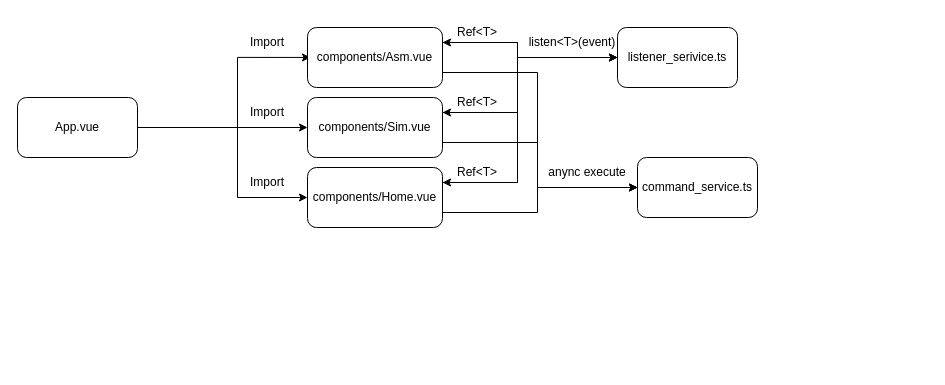
Above: doc/fe.drawio in Lazox12/avr-simulator-rs (draw.io), before the change. Source tidied: cells renumbered, new cells numbered last; positions are measured from the earlier drawing's top-left corner, leaving out a move shared by most shapes. Both pictures are drawn from the tidied source at 100%, with x=0, y=0 at pixel (17, 17).
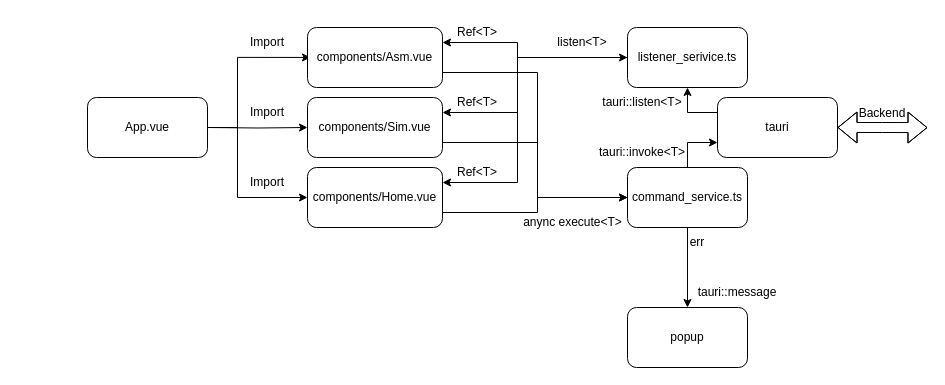
Above is the later version.

The change refers to these unchanged cells:
```xml
<mxCell id="8" value="components/Sim.vue" style="rounded=1;whiteSpace=wrap;html=1;" parent="1" vertex="1">
  <mxGeometry x="290" y="80" width="135" height="60" as="geometry" />
</mxCell>
<mxCell id="11" value="components/Home.vue" style="rounded=1;whiteSpace=wrap;html=1;" parent="1" vertex="1">
  <mxGeometry x="290" y="150" width="135" height="60" as="geometry" />
</mxCell>
<mxCell id="14" value="components/Asm.vue" style="rounded=1;whiteSpace=wrap;html=1;" parent="1" vertex="1">
  <mxGeometry x="290" y="10" width="135" height="60" as="geometry" />
</mxCell>
```

What changed in the source:
```diff
@@
     <mxCell id="2" style="edgeStyle=orthogonalEdgeStyle;rounded=0;jettySize=auto;html=1;entryX=0.022;entryY=0.499;entryDx=0;entryDy=0;entryPerimeter=0;" parent="1" edge="1" target="14">
       <mxGeometry relative="1" as="geometry">
-        <mxPoint x="110" y="110" as="sourcePoint" />
+        <mxPoint x="130" y="110" as="sourcePoint" />
         <Array as="points">
           <mxPoint x="220" y="110" />
           <mxPoint x="220" y="40" />
         </Array>
       </mxGeometry>
     </mxCell>
-    <mxCell id="3" style="edgeStyle=orthogonalEdgeStyle;rounded=0;jettySize=auto;html=1;" parent="1" edge="1" source="5" target="8">
-      <mxGeometry relative="1" as="geometry" />
+    <mxCell id="3" style="edgeStyle=orthogonalEdgeStyle;rounded=0;jettySize=auto;html=1;" parent="1" edge="1" target="8">
+      <mxGeometry relative="1" as="geometry">
+        <mxPoint x="190" y="110" as="sourcePoint" />
+      </mxGeometry>
     </mxCell>
-    <mxCell id="4" style="edgeStyle=orthogonalEdgeStyle;rounded=0;jettySize=auto;html=1;entryX=0;entryY=0.5;entryDx=0;entryDy=0;" parent="1" edge="1" source="5" target="11">
+    <mxCell id="4" style="edgeStyle=orthogonalEdgeStyle;rounded=0;jettySize=auto;html=1;entryX=0;entryY=0.5;entryDx=0;entryDy=0;" parent="1" edge="1" target="11">
       <mxGeometry relative="1" as="geometry">
+        <mxPoint x="190" y="110" as="sourcePoint" />
         <Array as="points">
           <mxPoint x="220" y="110" />
           <mxPoint x="220" y="180" />
         </Array>
       </mxGeometry>
     </mxCell>
     <mxCell id="5" value="App.vue" style="rounded=1;whiteSpace=wrap;html=1;" parent="1" vertex="1">
-      <mxGeometry y="80" width="120" height="60" as="geometry" />
+      <mxGeometry x="70" y="80" width="120" height="60" as="geometry" />
     </mxCell>
-    <mxCell id="6" style="edgeStyle=orthogonalEdgeStyle;rounded=0;jettySize=auto;html=1;exitX=1;exitY=0.25;exitDx=0;exitDy=0;" parent="1" edge="1" source="8" target="19">
+    <mxCell id="6" style="edgeStyle=orthogonalEdgeStyle;rounded=0;jettySize=auto;html=1;exitX=1;exitY=0.25;exitDx=0;exitDy=0;startArrow=classic;startFill=1;" parent="1" edge="1" source="8">
       <mxGeometry relative="1" as="geometry">
+        <mxPoint x="620" y="40" as="targetPoint" />
         <Array as="points">
           <mxPoint x="500" y="95" />
           <mxPoint x="500" y="40" />
         </Array>
       </mxGeometry>
     </mxCell>
-    <mxCell id="7" style="edgeStyle=orthogonalEdgeStyle;rounded=0;jettySize=auto;html=1;exitX=1;exitY=0.75;exitDx=0;exitDy=0;entryX=0;entryY=0.5;entryDx=0;entryDy=0;" parent="1" edge="1" source="8" target="20">
-      <mxGeometry relative="1" as="geometry">
-        <Array as="points">
-          <mxPoint x="520" y="125" />
-          <mxPoint x="520" y="170" />
-        </Array>
-      </mxGeometry>
-    </mxCell>
+    <mxCell id="28" style="edgeStyle=orthogonalEdgeStyle;rounded=0;jettySize=auto;html=1;exitX=1;exitY=0.75;exitDx=0;exitDy=0;" parent="1" edge="1" source="8">
+      <mxGeometry relative="1" as="geometry">
+        <mxPoint x="620" y="180" as="targetPoint" />
+        <Array as="points">
+          <mxPoint x="520" y="125" />
+          <mxPoint x="520" y="180" />
+        </Array>
+      </mxGeometry>
+    </mxCell>
@@
+    <mxCell id="10" style="edgeStyle=orthogonalEdgeStyle;rounded=0;jettySize=auto;html=1;exitX=1;exitY=0.25;exitDx=0;exitDy=0;entryX=0;entryY=0.5;entryDx=0;entryDy=0;startArrow=classic;startFill=1;" parent="1" edge="1" source="11">
+      <mxGeometry relative="1" as="geometry">
+        <mxPoint x="620" y="40" as="targetPoint" />
+        <Array as="points">
+          <mxPoint x="500" y="165" />
+          <mxPoint x="500" y="40" />
+        </Array>
+      </mxGeometry>
+    </mxCell>
-    <mxCell id="9" style="edgeStyle=orthogonalEdgeStyle;rounded=0;jettySize=auto;html=1;exitX=1;exitY=0.75;exitDx=0;exitDy=0;" parent="1" edge="1" source="11" target="20">
+    <mxCell id="9" style="edgeStyle=orthogonalEdgeStyle;rounded=0;jettySize=auto;html=1;exitX=1;exitY=0.75;exitDx=0;exitDy=0;entryX=0;entryY=0.5;entryDx=0;entryDy=0;" parent="1" edge="1" source="11" target="20">
       <mxGeometry relative="1" as="geometry">
         <Array as="points">
           <mxPoint x="520" y="195" />
-          <mxPoint x="520" y="170" />
+          <mxPoint x="520" y="180" />
         </Array>
       </mxGeometry>
     </mxCell>
-    <mxCell id="10" style="edgeStyle=orthogonalEdgeStyle;rounded=0;jettySize=auto;html=1;exitX=1;exitY=0.25;exitDx=0;exitDy=0;entryX=0;entryY=0.5;entryDx=0;entryDy=0;" parent="1" edge="1" source="11" target="19">
-      <mxGeometry relative="1" as="geometry">
-        <Array as="points">
-          <mxPoint x="500" y="165" />
-          <mxPoint x="500" y="40" />
-        </Array>
-      </mxGeometry>
-    </mxCell>
@@
-    <mxCell id="12" style="edgeStyle=orthogonalEdgeStyle;rounded=0;jettySize=auto;html=1;exitX=1;exitY=0.25;exitDx=0;exitDy=0;" parent="1" edge="1" source="14" target="19">
+    <mxCell id="12" style="edgeStyle=orthogonalEdgeStyle;rounded=0;jettySize=auto;html=1;exitX=1;exitY=0.25;exitDx=0;exitDy=0;startArrow=classic;startFill=1;entryX=0;entryY=0.5;entryDx=0;entryDy=0;" parent="1" edge="1" source="14" target="19">
       <mxGeometry relative="1" as="geometry">
         <Array as="points">
           <mxPoint x="500" y="25" />
           <mxPoint x="500" y="40" />
         </Array>
       </mxGeometry>
     </mxCell>
     <mxCell id="13" style="edgeStyle=orthogonalEdgeStyle;rounded=0;jettySize=auto;html=1;exitX=1;exitY=0.75;exitDx=0;exitDy=0;entryX=0;entryY=0.5;entryDx=0;entryDy=0;" parent="1" edge="1" source="14" target="20">
       <mxGeometry relative="1" as="geometry">
         <Array as="points">
           <mxPoint x="520" y="55" />
-          <mxPoint x="520" y="170" />
+          <mxPoint x="520" y="180" />
         </Array>
       </mxGeometry>
     </mxCell>
@@
-    <mxCell id="16" style="edgeStyle=orthogonalEdgeStyle;rounded=0;jettySize=auto;html=1;exitX=0;exitY=0.5;exitDx=0;exitDy=0;entryX=1;entryY=0.25;entryDx=0;entryDy=0;" parent="1" edge="1" source="19" target="14">
-      <mxGeometry relative="1" as="geometry">
-        <Array as="points">
-          <mxPoint x="500" y="40" />
-          <mxPoint x="500" y="25" />
-        </Array>
-      </mxGeometry>
-    </mxCell>
-    <mxCell id="17" style="edgeStyle=orthogonalEdgeStyle;rounded=0;jettySize=auto;html=1;exitX=0;exitY=0.5;exitDx=0;exitDy=0;entryX=1;entryY=0.25;entryDx=0;entryDy=0;" parent="1" edge="1" source="19" target="8">
-      <mxGeometry relative="1" as="geometry">
-        <Array as="points">
-          <mxPoint x="500" y="40" />
-          <mxPoint x="500" y="95" />
-        </Array>
-      </mxGeometry>
-    </mxCell>
-    <mxCell id="18" style="edgeStyle=orthogonalEdgeStyle;rounded=0;jettySize=auto;html=1;exitX=0;exitY=0.5;exitDx=0;exitDy=0;entryX=1;entryY=0.25;entryDx=0;entryDy=0;" parent="1" edge="1" source="19" target="11">
-      <mxGeometry relative="1" as="geometry">
-        <Array as="points">
-          <mxPoint x="500" y="40" />
-          <mxPoint x="500" y="165" />
-        </Array>
-      </mxGeometry>
-    </mxCell>
     <mxCell id="19" value="listener_serivice.ts" style="rounded=1;whiteSpace=wrap;html=1;" parent="1" vertex="1">
-      <mxGeometry x="600" y="10" width="120" height="60" as="geometry" />
+      <mxGeometry x="610" y="10" width="120" height="60" as="geometry" />
     </mxCell>
+    <mxCell id="29" style="edgeStyle=orthogonalEdgeStyle;rounded=0;jettySize=auto;html=1;exitX=0.5;exitY=1;exitDx=0;exitDy=0;" parent="1" edge="1" target="37">
+      <mxGeometry relative="1" as="geometry">
+        <mxPoint x="680" y="290" as="sourcePoint" />
+      </mxGeometry>
+    </mxCell>
     <mxCell id="20" value="command_service.ts" style="rounded=1;whiteSpace=wrap;html=1;" parent="1" vertex="1">
-      <mxGeometry x="620" y="140" width="120" height="60" as="geometry" />
+      <mxGeometry x="610" y="150" width="120" height="60" as="geometry" />
     </mxCell>
@@
-    <mxCell id="23" value="anync execute" style="text;html=1;whiteSpace=wrap;strokeColor=none;fillColor=none;align=center;verticalAlign=middle;rounded=0;" parent="1" vertex="1">
-      <mxGeometry x="530" y="140" width="80" height="30" as="geometry" />
+    <mxCell id="23" value="anync execute&amp;lt;T&amp;gt;" style="text;html=1;whiteSpace=wrap;strokeColor=none;fillColor=none;align=center;verticalAlign=middle;rounded=0;" parent="1" vertex="1">
+      <mxGeometry x="502.5" y="190" width="105" height="30" as="geometry" />
     </mxCell>
-    <mxCell id="24" value="listen&amp;lt;T&amp;gt;(event)" style="text;html=1;whiteSpace=wrap;strokeColor=none;fillColor=none;align=center;verticalAlign=middle;rounded=0;" parent="1" vertex="1">
-      <mxGeometry x="510" y="10" width="90" height="30" as="geometry" />
+    <mxCell id="24" value="listen&amp;lt;T&amp;gt;" style="text;html=1;whiteSpace=wrap;strokeColor=none;fillColor=none;align=center;verticalAlign=middle;rounded=0;" parent="1" vertex="1">
+      <mxGeometry x="520" y="10" width="90" height="30" as="geometry" />
     </mxCell>
@@
+    <mxCell id="30" style="edgeStyle=orthogonalEdgeStyle;rounded=0;jettySize=auto;html=1;exitX=0;exitY=0.75;exitDx=0;exitDy=0;entryX=0.5;entryY=0;entryDx=0;entryDy=0;endArrow=none;endFill=0;startArrow=classic;startFill=1;" parent="1" edge="1" source="33" target="20">
+      <mxGeometry relative="1" as="geometry" />
+    </mxCell>
+    <mxCell id="31" style="edgeStyle=orthogonalEdgeStyle;rounded=0;jettySize=auto;html=1;exitX=0;exitY=0.25;exitDx=0;exitDy=0;entryX=0.5;entryY=1;entryDx=0;entryDy=0;" parent="1" edge="1" source="33" target="19">
+      <mxGeometry relative="1" as="geometry" />
+    </mxCell>
+    <mxCell id="32" style="edgeStyle=orthogonalEdgeStyle;rounded=0;jettySize=auto;html=1;exitX=1;exitY=0.5;exitDx=0;exitDy=0;shape=flexArrow;startArrow=classic;startFill=1;" parent="1" edge="1" source="33">
+      <mxGeometry relative="1" as="geometry">
+        <mxPoint x="910" y="110.1" as="targetPoint" />
+      </mxGeometry>
+    </mxCell>
+    <mxCell id="33" value="tauri" style="rounded=1;whiteSpace=wrap;html=1;" parent="1" vertex="1">
+      <mxGeometry x="700" y="80" width="120" height="60" as="geometry" />
+    </mxCell>
+    <mxCell id="34" value="Backend" style="text;html=1;whiteSpace=wrap;strokeColor=none;fillColor=none;align=center;verticalAlign=middle;rounded=0;" parent="1" vertex="1">
+      <mxGeometry x="835" y="81" width="60" height="30" as="geometry" />
+    </mxCell>
+    <mxCell id="35" value="tauri::invoke&amp;lt;T&amp;gt;" style="text;html=1;whiteSpace=wrap;strokeColor=none;fillColor=none;align=center;verticalAlign=middle;rounded=0;" parent="1" vertex="1">
+      <mxGeometry x="580" y="120" width="90" height="30" as="geometry" />
+    </mxCell>
+    <mxCell id="36" value="tauri::listen&amp;lt;T&amp;gt;" style="text;html=1;whiteSpace=wrap;strokeColor=none;fillColor=none;align=center;verticalAlign=middle;rounded=0;" parent="1" vertex="1">
+      <mxGeometry x="580" y="70" width="90" height="30" as="geometry" />
+    </mxCell>
+    <mxCell id="37" value="popup" style="rounded=1;whiteSpace=wrap;html=1;" parent="1" vertex="1">
+      <mxGeometry x="610" y="290" width="120" height="60" as="geometry" />
+    </mxCell>
+    <mxCell id="38" value="err" style="text;html=1;whiteSpace=wrap;strokeColor=none;fillColor=none;align=center;verticalAlign=middle;rounded=0;" parent="1" vertex="1">
+      <mxGeometry x="650" y="210" width="60" height="30" as="geometry" />
+    </mxCell>
+    <mxCell id="39" style="edgeStyle=orthogonalEdgeStyle;rounded=0;jettySize=auto;html=1;exitX=0.5;exitY=1;exitDx=0;exitDy=0;entryX=0.5;entryY=0;entryDx=0;entryDy=0;" parent="1" edge="1" source="20" target="37">
+      <mxGeometry relative="1" as="geometry" />
+    </mxCell>
+    <mxCell id="40" value="tauri::message" style="text;html=1;whiteSpace=wrap;strokeColor=none;fillColor=none;align=center;verticalAlign=middle;rounded=0;" parent="1" vertex="1">
+      <mxGeometry x="690" y="260" width="60" height="30" as="geometry" />
+    </mxCell>
```
